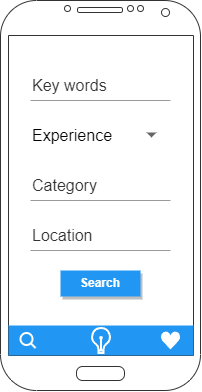
Above: Mockups/SearchParameters.drawio.png in NikitunPVLK/JobSeeker (draw.io), before the change. Source tidied: cells renumbered, new cells last; positions are measured from the earlier drawing's top-left corner, leaving out a move shared by most shapes.
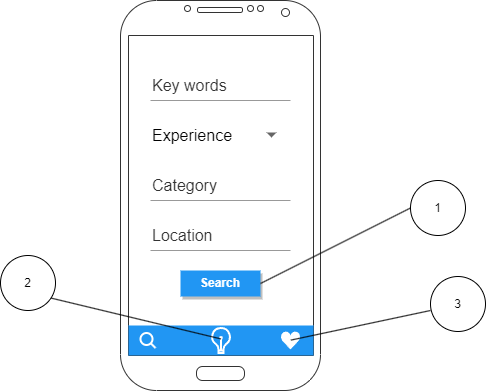
After the commit.

Change to the diagram source:
```diff
@@ -49,5 +49,27 @@
     <mxCell id="16" style="html=1;verticalLabelPosition=bottom;align=center;labelBackgroundColor=#ffffff;verticalAlign=top;strokeWidth=2;strokeColor=#FFFFFF;shadow=0;dashed=0;shape=mxgraph.ios7.icons.lightbulb;fillColor=#2196F3;" parent="1" vertex="1">
       <mxGeometry x="90.9" y="327.5" width="19.2" height="25" as="geometry" />
     </mxCell>
+    <mxCell id="17" style="endArrow=none;html=1;rounded=0;exitX=1;exitY=0.5;exitDx=0;exitDy=0;entryX=0;entryY=0.5;entryDx=0;entryDy=0;" parent="1" edge="1" source="12" target="18">
+      <mxGeometry relative="1" as="geometry" />
+    </mxCell>
+    <mxCell id="18" value="1" style="ellipse;whiteSpace=wrap;html=1;" parent="1" vertex="1">
+      <mxGeometry x="290" y="180" width="55" height="55" as="geometry" />
+    </mxCell>
+    <mxCell id="19" style="endArrow=none;html=1;rounded=0;exitX=0.495;exitY=0.436;exitDx=0;exitDy=0;exitPerimeter=0;" parent="1" edge="1" source="16">
+      <mxGeometry relative="1" as="geometry">
+        <mxPoint x="-76" y="296" as="targetPoint" />
+      </mxGeometry>
+    </mxCell>
+    <mxCell id="20" value="2" style="ellipse;whiteSpace=wrap;html=1;" parent="1" vertex="1">
+      <mxGeometry x="-120" y="255" width="55" height="55" as="geometry" />
+    </mxCell>
+    <mxCell id="21" style="endArrow=none;html=1;rounded=0;exitX=0.52;exitY=0.478;exitDx=0;exitDy=0;exitPerimeter=0;" parent="1" edge="1" source="14">
+      <mxGeometry relative="1" as="geometry">
+        <mxPoint x="310" y="310" as="targetPoint" />
+      </mxGeometry>
+    </mxCell>
+    <mxCell id="22" value="3" style="ellipse;whiteSpace=wrap;html=1;" parent="1" vertex="1">
+      <mxGeometry x="310" y="276" width="55" height="55" as="geometry" />
+    </mxCell>
   </root>
 </mxGraphModel>
```
